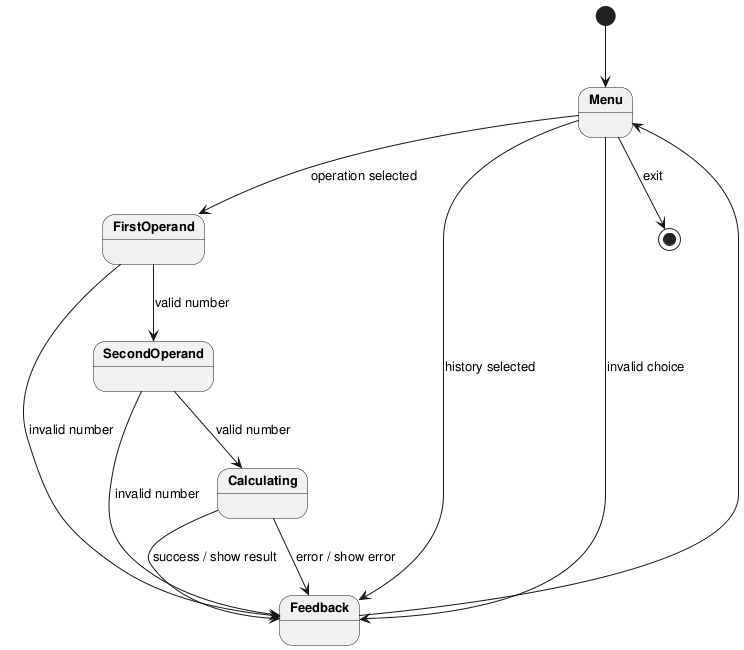
DanielRiha8906/Software_autoevolution_using_agents keeps this PlantUML diagram as experiments/pipeline/user_stories/calculator/artifacts/state_diagram_interactive.png. Above is the earlier version. The source it was exported from:
```plantuml
@startuml

skinparam defaultFontSize 13
skinparam stateFontStyle bold

top to bottom direction

[*] --> Menu

Menu --> FirstOperand : operation selected
Menu --> Feedback : history selected
Menu --> Feedback : invalid choice
Menu --> [*] : exit

FirstOperand --> SecondOperand : valid number
FirstOperand --> Feedback : invalid number

SecondOperand --> Calculating : valid number
SecondOperand --> Feedback : invalid number

Calculating --> Feedback : success / show result
Calculating --> Feedback : error / show error
Feedback --> Menu

@enduml
```
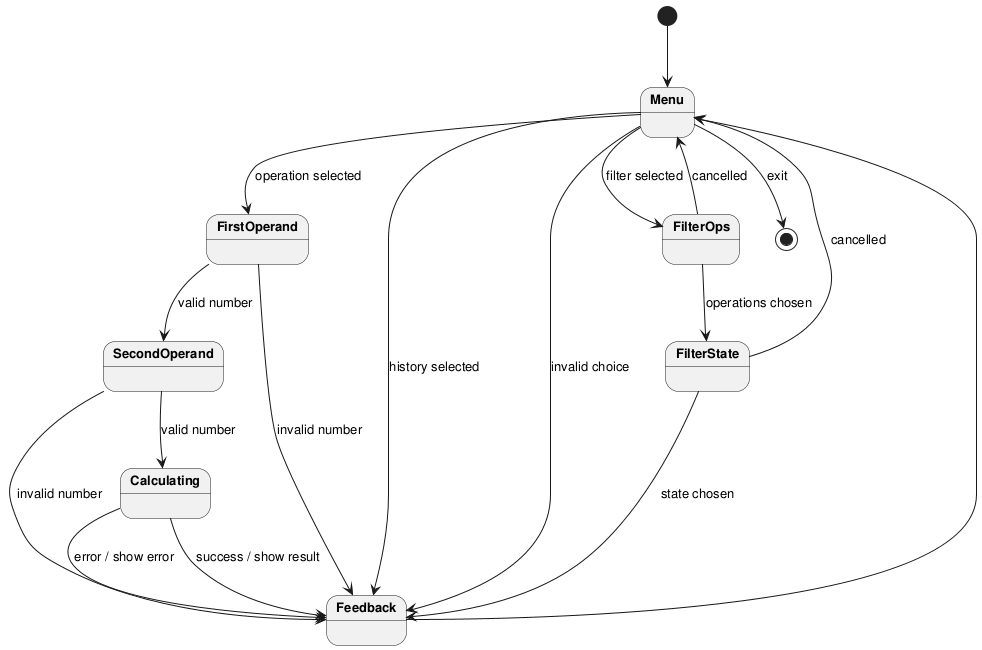
The same file after the commit.

What changed in the source:
```diff
@@ -9,8 +9,15 @@
 
 Menu --> FirstOperand : operation selected
 Menu --> Feedback : history selected
+Menu --> FilterOps : filter selected
 Menu --> Feedback : invalid choice
 Menu --> [*] : exit
+
+FilterOps --> FilterState : operations chosen
+FilterOps --> Menu : cancelled
+
+FilterState --> Feedback : state chosen
+FilterState --> Menu : cancelled
 
 FirstOperand --> SecondOperand : valid number
 FirstOperand --> Feedback : invalid number
```
